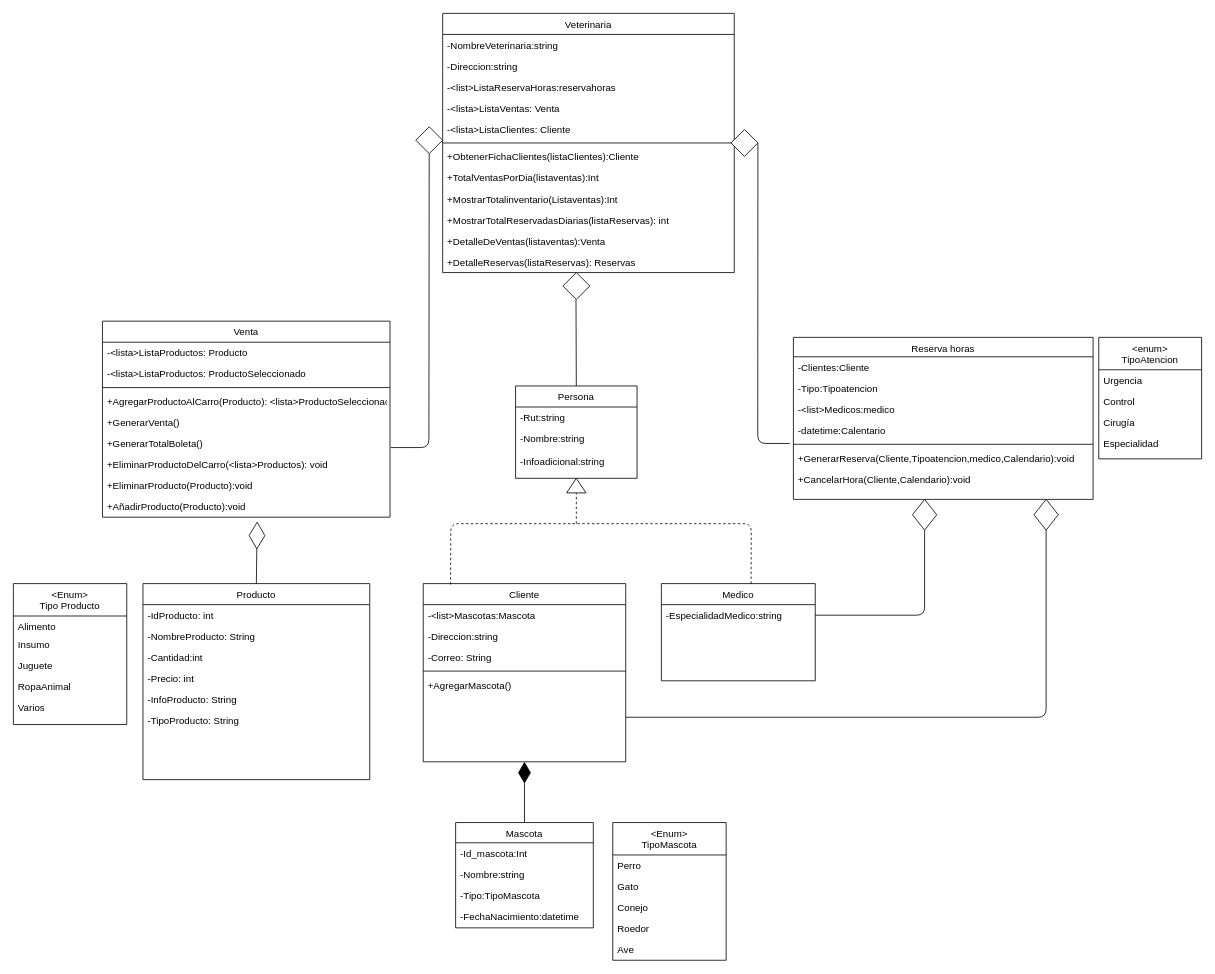
Before: Untitled Diagram.drawio in JoseFredes/vetlover, a draw.io diagram. Source tidied: cells renumbered, new cells numbered last; positions are measured from the earlier drawing's top-left corner, leaving out a move shared by most shapes. Both pictures are drawn from the tidied source at 81%, with x=0, y=0 at pixel (13, 13).
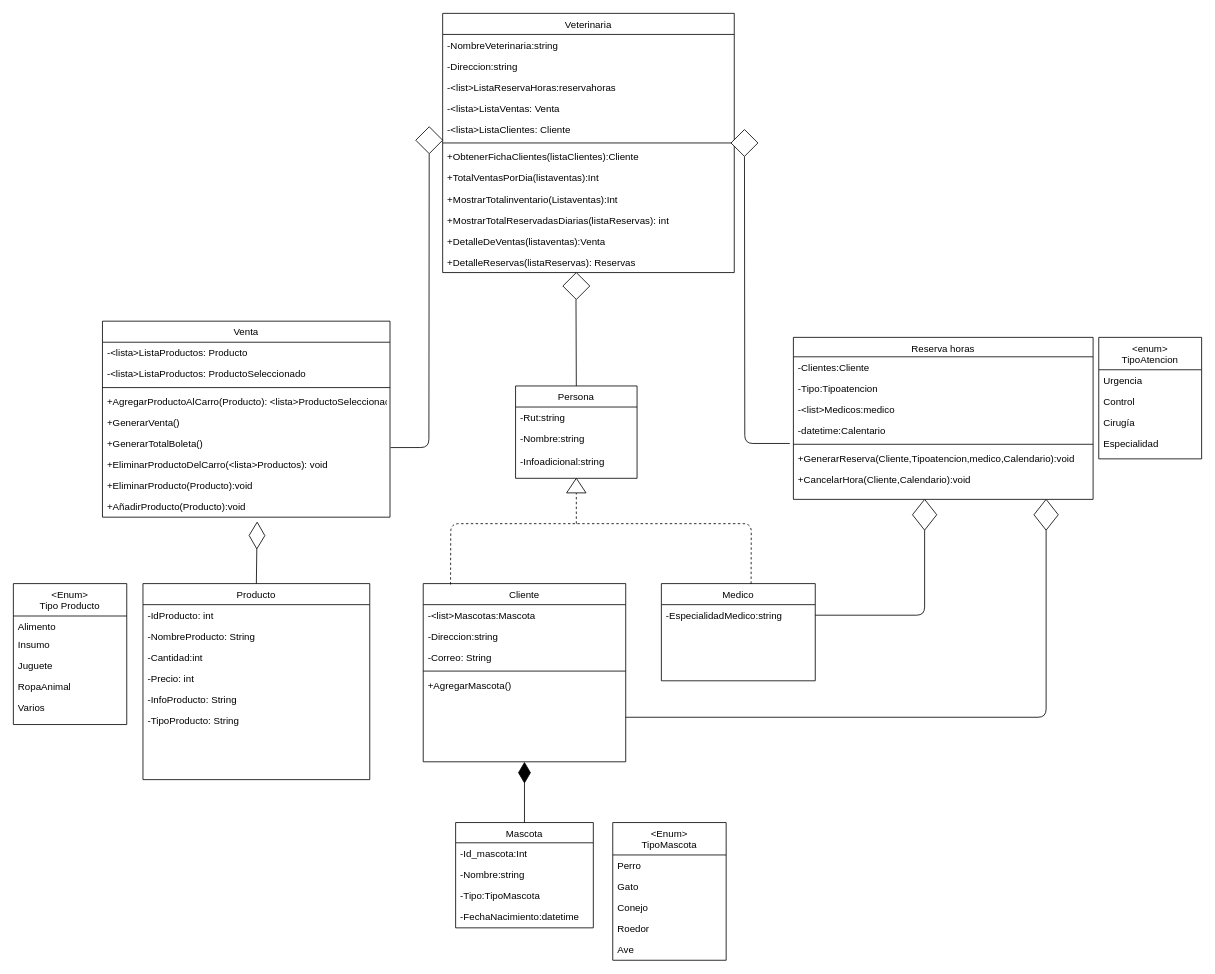
After the change.

Unchanged cells that the change refers to:
```xml
<mxCell id="36" value="+GenerarReserva(Cliente,Tipoatencion,medico,Calendario):void" style="text;align=left;verticalAlign=top;spacingLeft=4;spacingRight=4;overflow=hidden;points=[[0,0.5],[1,0.5]];portConstraint=eastwest;" parent="30" vertex="1">
  <mxGeometry y="136" width="370" height="26" as="geometry" />
</mxCell>
<mxCell id="67" style="rhombus;whiteSpace=wrap;html=1;" parent="1" vertex="1">
  <mxGeometry x="886" y="143.4" width="33.2" height="33.2" as="geometry" />
</mxCell>
```

Change to the diagram source:
```diff
@@
-    <mxCell id="64" style="endArrow=none;html=1;exitX=1;exitY=0.5;exitDx=0;exitDy=0;entryX=-0.012;entryY=-0.192;entryDx=0;entryDy=0;entryPerimeter=0;" parent="1" edge="1" source="67" target="36">
+    <mxCell id="64" style="endArrow=none;html=1;exitX=0.5;exitY=1;exitDx=0;exitDy=0;entryX=-0.012;entryY=-0.192;entryDx=0;entryDy=0;entryPerimeter=0;" parent="1" edge="1" source="67" target="36">
       <mxGeometry relative="1" as="geometry">
         <Array as="points">
-          <mxPoint x="919" y="531" />
+          <mxPoint x="903" y="531" />
         </Array>
       </mxGeometry>
     </mxCell>
```
